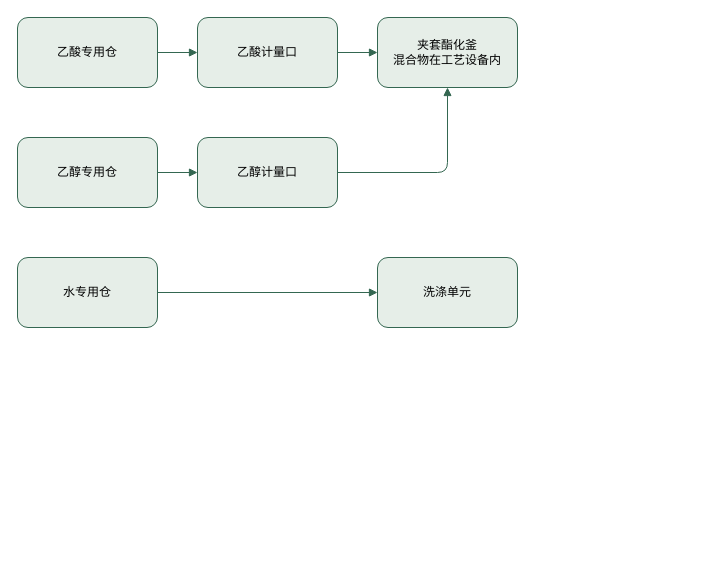
The draw.io diagram site/dedicated-plant.drawio in Soraruholic/GTOC, before the edit. Source tidied: cells renumbered, new cells numbered last; positions are measured from the earlier drawing's top-left corner, leaving out a move shared by most shapes. Both pictures are drawn from the tidied source at 100%, with x=0, y=0 at pixel (17, 17).
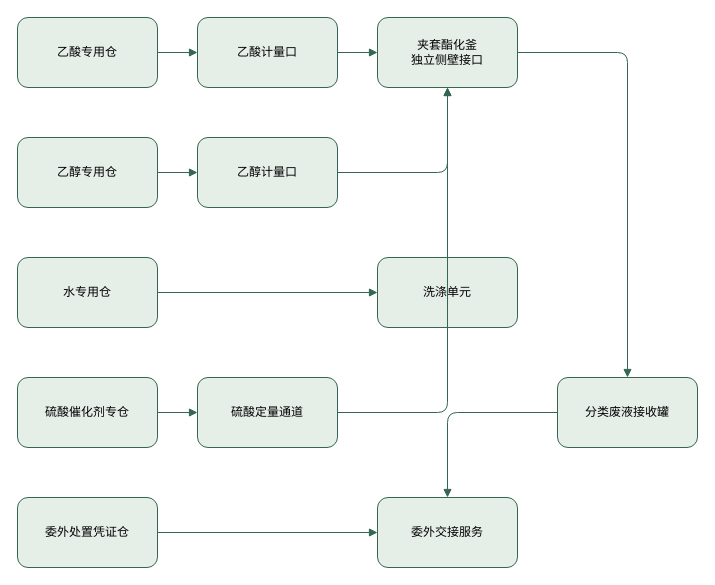
After the change.

Diff of the diagram source:
```diff
@@
-    <mxCell id="7" value="夹套酯化釜&#10;混合物在工艺设备内" style="rounded=1;whiteSpace=wrap;html=0;fillColor=#e6eee8;strokeColor=#346751;" parent="1" vertex="1">
+    <mxCell id="7" value="夹套酯化釜&#10;独立侧壁接口" style="rounded=1;whiteSpace=wrap;html=0;fillColor=#e6eee8;strokeColor=#346751;" parent="1" vertex="1">
       <mxGeometry x="360" width="140" height="70" as="geometry" />
     </mxCell>
@@
+    <mxCell id="14" value="硫酸催化剂专仓" style="rounded=1;whiteSpace=wrap;html=0;fillColor=#e6eee8;strokeColor=#346751;" parent="1" vertex="1">
+      <mxGeometry y="360" width="140" height="70" as="geometry" />
+    </mxCell>
+    <mxCell id="15" value="硫酸定量通道" style="rounded=1;whiteSpace=wrap;html=0;fillColor=#e6eee8;strokeColor=#346751;" parent="1" vertex="1">
+      <mxGeometry x="180" y="360" width="140" height="70" as="geometry" />
+    </mxCell>
+    <mxCell id="16" value="委外处置凭证仓" style="rounded=1;whiteSpace=wrap;html=0;fillColor=#e6eee8;strokeColor=#346751;" parent="1" vertex="1">
+      <mxGeometry y="480" width="140" height="70" as="geometry" />
+    </mxCell>
+    <mxCell id="17" value="委外交接服务" style="rounded=1;whiteSpace=wrap;html=0;fillColor=#e6eee8;strokeColor=#346751;" parent="1" vertex="1">
+      <mxGeometry x="360" y="480" width="140" height="70" as="geometry" />
+    </mxCell>
+    <mxCell id="18" value="分类废液接收罐" style="rounded=1;whiteSpace=wrap;html=0;fillColor=#e6eee8;strokeColor=#346751;" parent="1" vertex="1">
+      <mxGeometry x="540" y="360" width="140" height="70" as="geometry" />
+    </mxCell>
@@
+    <mxCell id="19" style="edgeStyle=orthogonalEdgeStyle;endArrow=block;html=0;strokeColor=#346751;" parent="1" edge="1" source="14" target="15">
+      <mxGeometry relative="1" as="geometry" />
+    </mxCell>
+    <mxCell id="20" style="edgeStyle=orthogonalEdgeStyle;endArrow=block;html=0;strokeColor=#346751;" parent="1" edge="1" source="15" target="7">
+      <mxGeometry relative="1" as="geometry" />
+    </mxCell>
+    <mxCell id="21" style="edgeStyle=orthogonalEdgeStyle;endArrow=block;html=0;strokeColor=#346751;" parent="1" edge="1" source="7" target="18">
+      <mxGeometry relative="1" as="geometry" />
+    </mxCell>
+    <mxCell id="22" style="edgeStyle=orthogonalEdgeStyle;endArrow=block;html=0;strokeColor=#346751;" parent="1" edge="1" source="16" target="17">
+      <mxGeometry relative="1" as="geometry" />
+    </mxCell>
+    <mxCell id="23" style="edgeStyle=orthogonalEdgeStyle;endArrow=block;html=0;strokeColor=#346751;" parent="1" edge="1" source="18" target="17">
+      <mxGeometry relative="1" as="geometry" />
+    </mxCell>
```
